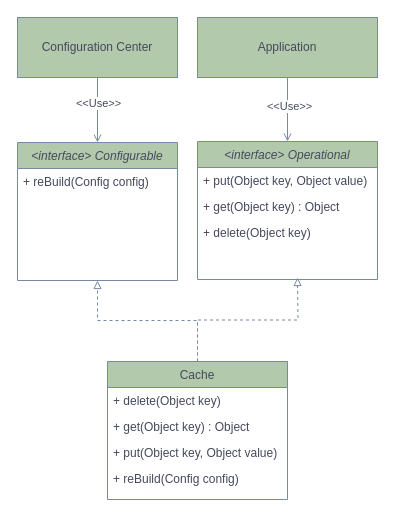
This is ArchitectTrainingCamp/Week2-FrameworkDesign/uml/cache.drawio from yingp/geekbang, a draw.io file, before an edit. Source tidied: cells renumbered, new cells numbered last; positions are measured from the earlier drawing's top-left corner, leaving out a move shared by most shapes. Both pictures are drawn from the tidied source at 100%, with x=0, y=0 at pixel (17, 17).
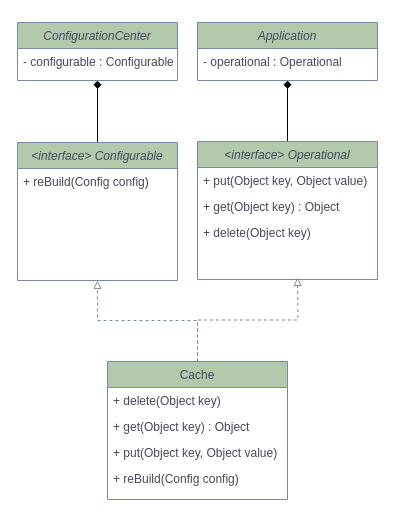
After the change.

Commit message (it also covers changes not shown here):
第二周作业

The change refers to these unchanged cells:
```xml
<mxCell id="2" value="&lt;interface&gt; Operational" style="swimlane;fontStyle=2;align=center;verticalAlign=top;horizontal=1;startSize=26;rounded=0;shadow=0;strokeWidth=1;fillColor=#B2C9AB;strokeColor=#788AA3;fontColor=#46495D;" parent="1" vertex="1">
  <mxGeometry x="180" y="124" width="180" height="138" as="geometry" />
</mxCell>
<mxCell id="6" value="&lt;interface&gt; Configurable" style="swimlane;fontStyle=2;align=center;verticalAlign=top;horizontal=1;startSize=26;rounded=0;shadow=0;strokeWidth=1;fillColor=#B2C9AB;strokeColor=#788AA3;fontColor=#46495D;" parent="1" vertex="1">
  <mxGeometry y="125" width="160" height="138" as="geometry" />
</mxCell>
```

Change to the diagram source:
```diff
@@
+    <mxCell id="21" style="edgeStyle=orthogonalEdgeStyle;rounded=0;jettySize=auto;html=1;exitX=0.5;exitY=0;exitDx=0;exitDy=0;entryX=0.5;entryY=1;entryDx=0;entryDy=0;endArrow=diamond;endFill=1;" parent="1" edge="1" source="2" target="20">
+      <mxGeometry relative="1" as="geometry" />
+    </mxCell>
@@
+    <mxCell id="22" style="edgeStyle=orthogonalEdgeStyle;rounded=0;jettySize=auto;html=1;exitX=0.5;exitY=0;exitDx=0;exitDy=0;entryX=0.5;entryY=1;entryDx=0;entryDy=0;endArrow=diamond;endFill=1;" parent="1" edge="1" source="6" target="23">
+      <mxGeometry relative="1" as="geometry" />
+    </mxCell>
@@
-    <mxCell id="15" style="edgeStyle=orthogonalEdgeStyle;rounded=0;jettySize=auto;html=1;exitX=0.5;exitY=1;exitDx=0;exitDy=0;entryX=0.5;entryY=0;entryDx=0;entryDy=0;endArrow=open;endFill=0;strokeColor=#788AA3;fontColor=#46495D;" parent="1" edge="1" source="17" target="6">
-      <mxGeometry relative="1" as="geometry" />
-    </mxCell>
-    <mxCell id="16" value="&amp;lt;&amp;lt;Use&amp;gt;&amp;gt;" style="edgeLabel;html=1;align=center;verticalAlign=middle;fontColor=#46495D;" parent="15" vertex="1">
-      <mxGeometry x="-0.23" relative="1" as="geometry" />
-    </mxCell>
-    <mxCell id="17" value="Configuration Center" style="rounded=0;whiteSpace=wrap;html=1;fillColor=#B2C9AB;strokeColor=#788AA3;fontColor=#46495D;" parent="1" vertex="1">
-      <mxGeometry width="160" height="60" as="geometry" />
-    </mxCell>
-    <mxCell id="18" style="edgeStyle=orthogonalEdgeStyle;rounded=0;jettySize=auto;html=1;exitX=0.5;exitY=1;exitDx=0;exitDy=0;entryX=0.5;entryY=0;entryDx=0;entryDy=0;endArrow=open;endFill=0;strokeColor=#788AA3;fontColor=#46495D;" parent="1" edge="1" source="20" target="2">
-      <mxGeometry relative="1" as="geometry" />
-    </mxCell>
-    <mxCell id="19" value="&amp;lt;&amp;lt;Use&amp;gt;&amp;gt;" style="edgeLabel;html=1;align=center;verticalAlign=middle;fontColor=#46495D;" parent="18" vertex="1">
-      <mxGeometry x="-0.12" y="1" relative="1" as="geometry" />
-    </mxCell>
+    <mxCell id="23" value="ConfigurationCenter" style="swimlane;fontStyle=2;align=center;verticalAlign=top;horizontal=1;startSize=26;rounded=0;shadow=0;strokeWidth=1;fillColor=#B2C9AB;strokeColor=#788AA3;fontColor=#46495D;" parent="1" vertex="1">
+      <mxGeometry y="5" width="160" height="58" as="geometry" />
+    </mxCell>
+    <mxCell id="24" value="- configurable : Configurable" style="text;align=left;verticalAlign=top;spacingLeft=4;spacingRight=4;overflow=hidden;fontColor=#46495D;" parent="23" vertex="1">
+      <mxGeometry y="26" width="160" height="26" as="geometry" />
+    </mxCell>
-    <mxCell id="20" value="Application" style="rounded=0;whiteSpace=wrap;html=1;fillColor=#B2C9AB;strokeColor=#788AA3;fontColor=#46495D;" parent="1" vertex="1">
-      <mxGeometry x="180" width="180" height="60" as="geometry" />
+    <mxCell id="20" value="Application" style="swimlane;fontStyle=2;align=center;verticalAlign=top;horizontal=1;startSize=26;rounded=0;shadow=0;strokeWidth=1;fillColor=#B2C9AB;strokeColor=#788AA3;fontColor=#46495D;" parent="1" vertex="1">
+      <mxGeometry x="180" y="5" width="180" height="58" as="geometry" />
     </mxCell>
+    <mxCell id="25" value="- operational : Operational" style="text;align=left;verticalAlign=top;spacingLeft=4;spacingRight=4;overflow=hidden;fontColor=#46495D;" parent="20" vertex="1">
+      <mxGeometry y="26" width="180" height="26" as="geometry" />
+    </mxCell>
```
